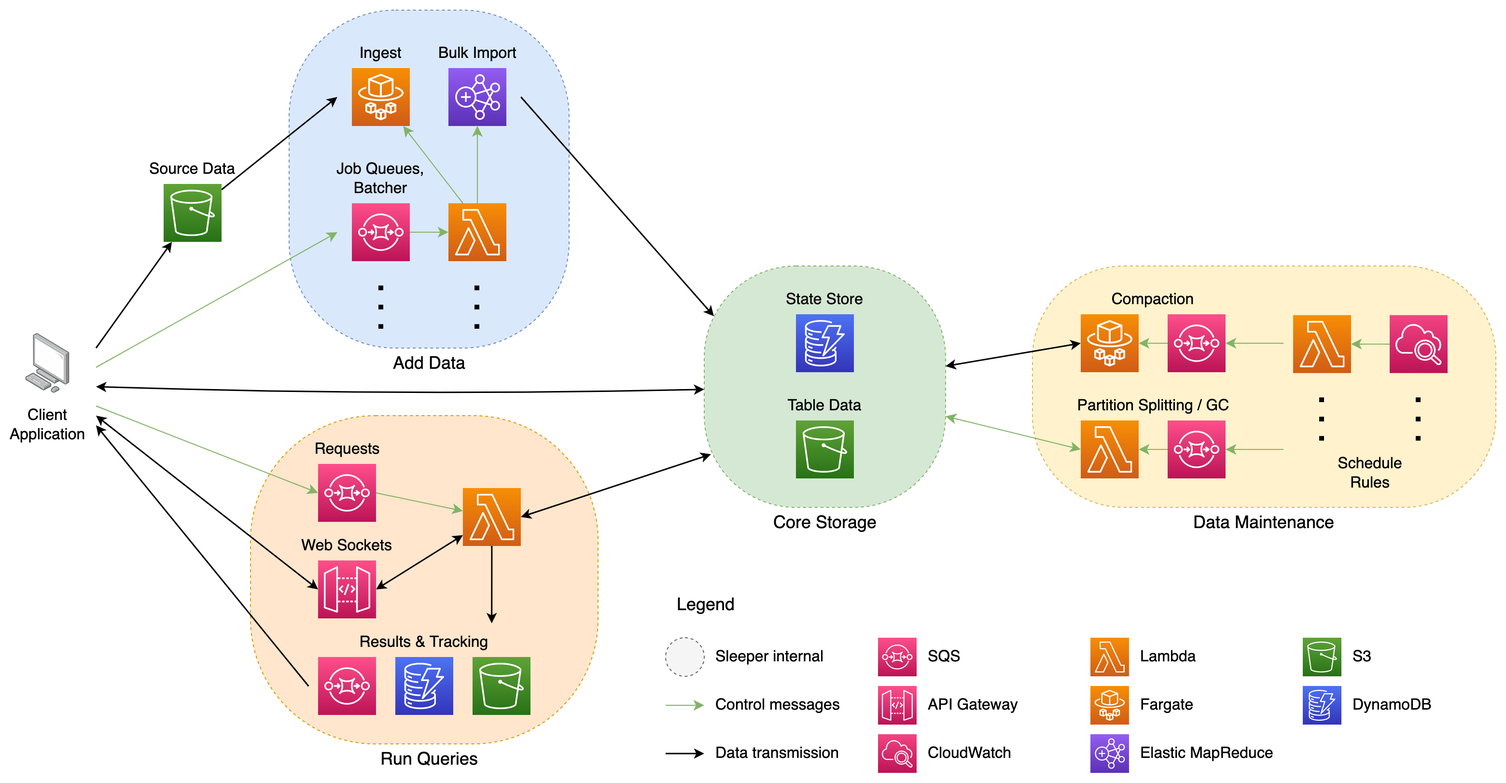
Before: docs/diagrams/high-level-design.png, a diagram exported from draw.io (gchq/sleeper). Source tidied: cells renumbered, new cells last; positions are measured from the earlier drawing's top-left corner, leaving out a move shared by most shapes.
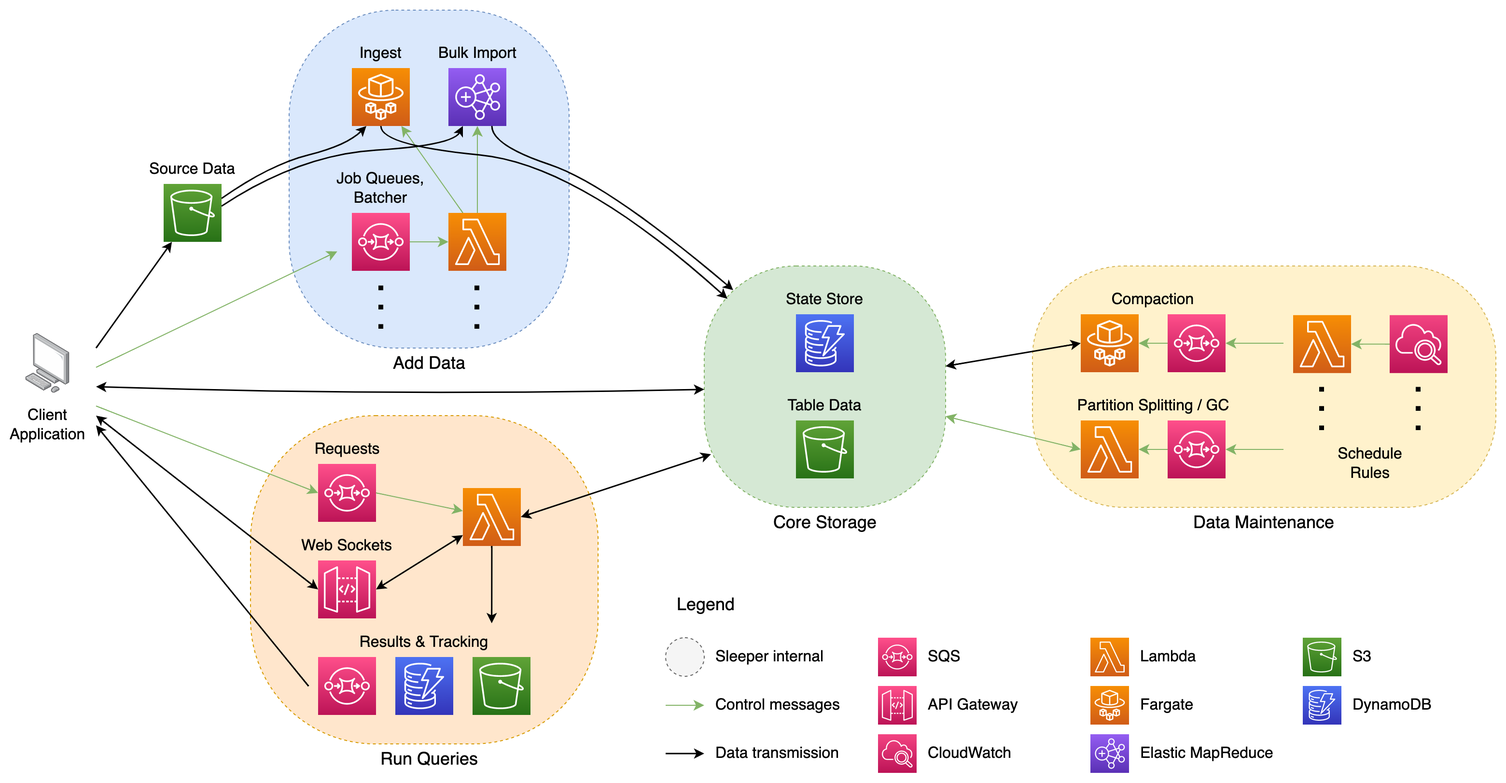
After the change.

Commit message:
Add all 4 arrows to from ingest/bulk import

What changed in the source:
```diff
@@ -27,7 +27,7 @@
       <mxGeometry relative="1" as="geometry" />
     </mxCell>
     <mxCell id="10" style="sketch=0;points=[[0,0,0],[0.25,0,0],[0.5,0,0],[0.75,0,0],[1,0,0],[0,1,0],[0.25,1,0],[0.5,1,0],[0.75,1,0],[1,1,0],[0,0.25,0],[0,0.5,0],[0,0.75,0],[1,0.25,0],[1,0.5,0],[1,0.75,0]];outlineConnect=0;fontColor=#232F3E;gradientColor=#FF4F8B;gradientDirection=north;fillColor=#BC1356;strokeColor=#ffffff;dashed=0;verticalLabelPosition=bottom;verticalAlign=top;align=center;html=1;fontSize=12;fontStyle=0;shape=mxgraph.aws4.resourceIcon;resIcon=mxgraph.aws4.sqs;" parent="1" vertex="1">
-      <mxGeometry x="345" y="200" width="60" height="60" as="geometry" />
+      <mxGeometry x="345" y="210" width="60" height="60" as="geometry" />
     </mxCell>
     <mxCell id="11" style="endArrow=none;dashed=1;html=1;dashPattern=1 3;strokeWidth=5;rounded=0;fontSize=12;startSize=8;endSize=8;curved=1;" parent="1" edge="1">
       <mxGeometry relative="1" as="geometry">
@@ -45,14 +45,11 @@
       <mxGeometry relative="1" as="geometry" />
     </mxCell>
     <mxCell id="15" style="sketch=0;points=[[0,0,0],[0.25,0,0],[0.5,0,0],[0.75,0,0],[1,0,0],[0,1,0],[0.25,1,0],[0.5,1,0],[0.75,1,0],[1,1,0],[0,0.25,0],[0,0.5,0],[0,0.75,0],[1,0.25,0],[1,0.5,0],[1,0.75,0]];outlineConnect=0;fontColor=#232F3E;gradientColor=#F78E04;gradientDirection=north;fillColor=#D05C17;strokeColor=#ffffff;dashed=0;verticalLabelPosition=bottom;verticalAlign=top;align=center;html=1;fontSize=12;fontStyle=0;shape=mxgraph.aws4.resourceIcon;resIcon=mxgraph.aws4.lambda;" parent="1" vertex="1">
-      <mxGeometry x="445" y="200" width="60" height="60" as="geometry" />
+      <mxGeometry x="445" y="210" width="60" height="60" as="geometry" />
     </mxCell>
     <mxCell id="16" value="Ingest" style="text;html=1;strokeColor=none;fillColor=none;align=center;verticalAlign=middle;whiteSpace=wrap;rounded=0;fontSize=16;" parent="1" vertex="1">
       <mxGeometry x="345" y="30" width="60" height="30" as="geometry" />
     </mxCell>
-    <mxCell id="17" style="edgeStyle=none;curved=1;rounded=0;jettySize=auto;html=1;fontSize=12;startSize=6;endSize=6;entryX=0.04;entryY=0.208;entryDx=0;entryDy=0;entryPerimeter=0;exitX=0.828;exitY=0.257;exitDx=0;exitDy=0;exitPerimeter=0;strokeWidth=1.5;" parent="1" edge="1" source="3" target="5">
-      <mxGeometry relative="1" as="geometry" />
-    </mxCell>
     <mxCell id="18" value="Bulk Import" style="text;html=1;strokeColor=none;fillColor=none;align=center;verticalAlign=middle;whiteSpace=wrap;rounded=0;fontSize=16;" parent="1" vertex="1">
       <mxGeometry x="422.5" y="30" width="105" height="30" as="geometry" />
     </mxCell>
@@ -68,7 +65,7 @@
       </mxGeometry>
     </mxCell>
     <mxCell id="22" value="Job Queues, Batcher" style="text;html=1;strokeColor=none;fillColor=none;align=center;verticalAlign=middle;whiteSpace=wrap;rounded=0;fontSize=16;" parent="1" vertex="1">
-      <mxGeometry x="325" y="150" width="100" height="50" as="geometry" />
+      <mxGeometry x="325" y="160" width="100" height="50" as="geometry" />
     </mxCell>
     <mxCell id="23" style="edgeStyle=none;curved=1;rounded=0;jettySize=auto;html=1;fontSize=12;startSize=6;endSize=6;exitX=1;exitY=0.5;exitDx=0;exitDy=0;exitPerimeter=0;startArrow=classic;startFill=1;entryX=0.028;entryY=0.78;entryDx=0;entryDy=0;entryPerimeter=0;strokeWidth=1.5;" parent="1" edge="1" source="25" target="5">
       <mxGeometry relative="1" as="geometry" />
@@ -106,8 +103,8 @@
     </mxCell>
     <mxCell id="33" style="endArrow=none;dashed=1;html=1;dashPattern=1 3;strokeWidth=5;rounded=0;fontSize=12;startSize=8;endSize=8;curved=1;" parent="1" edge="1">
       <mxGeometry relative="1" as="geometry">
-        <mxPoint x="1449.5" y="445.9" as="sourcePoint" />
-        <mxPoint x="1449.5" y="395.9" as="targetPoint" />
+        <mxPoint x="1449.5" y="435" as="sourcePoint" />
+        <mxPoint x="1449.5" y="385" as="targetPoint" />
       </mxGeometry>
     </mxCell>
     <mxCell id="34" style="sketch=0;fontColor=#232F3E;gradientColor=#4D72F3;gradientDirection=north;fillColor=#3334B9;strokeColor=#ffffff;dashed=0;verticalLabelPosition=bottom;verticalAlign=top;align=center;html=1;fontSize=12;fontStyle=0;shape=mxgraph.aws4.resourceIcon;resIcon=mxgraph.aws4.dynamodb;" parent="1" vertex="1">
@@ -167,12 +164,12 @@
     </mxCell>
     <mxCell id="51" style="endArrow=none;dashed=1;html=1;dashPattern=1 3;strokeWidth=5;rounded=0;fontSize=12;startSize=8;endSize=8;curved=1;" parent="1" edge="1">
       <mxGeometry relative="1" as="geometry">
-        <mxPoint x="1349.5" y="445.9" as="sourcePoint" />
-        <mxPoint x="1349.5" y="395.9" as="targetPoint" />
+        <mxPoint x="1349.5" y="435" as="sourcePoint" />
+        <mxPoint x="1349.5" y="385" as="targetPoint" />
       </mxGeometry>
     </mxCell>
     <mxCell id="52" value="Schedule&lt;br&gt;Rules" style="text;html=1;strokeColor=none;fillColor=none;align=center;verticalAlign=middle;whiteSpace=wrap;rounded=0;fontSize=16;" parent="1" vertex="1">
-      <mxGeometry x="1340" y="455" width="120" height="50" as="geometry" />
+      <mxGeometry x="1340" y="445" width="120" height="50" as="geometry" />
     </mxCell>
     <mxCell id="53" value="Data Maintenance" style="text;html=1;strokeColor=none;fillColor=none;align=center;verticalAlign=middle;whiteSpace=wrap;rounded=0;fontSize=18;" parent="1" vertex="1">
       <mxGeometry x="1165" y="515" width="250" height="30" as="geometry" />
@@ -231,19 +228,15 @@
         <mxPoint x="474.5" y="280" as="targetPoint" />
       </mxGeometry>
     </mxCell>
-    <mxCell id="71" style="edgeStyle=none;curved=1;rounded=0;jettySize=auto;html=1;fontSize=12;startSize=6;endSize=6;entryX=0.172;entryY=0.257;entryDx=0;entryDy=0;entryPerimeter=0;strokeWidth=1.5;" parent="1" edge="1" source="72" target="3">
-      <mxGeometry relative="1" as="geometry" />
-    </mxCell>
     <mxCell id="72" style="sketch=0;points=[[0,0,0],[0.25,0,0],[0.5,0,0],[0.75,0,0],[1,0,0],[0,1,0],[0.25,1,0],[0.5,1,0],[0.75,1,0],[1,1,0],[0,0.25,0],[0,0.5,0],[0,0.75,0],[1,0.25,0],[1,0.5,0],[1,0.75,0]];outlineConnect=0;fontColor=#232F3E;gradientColor=#60A337;gradientDirection=north;fillColor=#277116;strokeColor=#ffffff;dashed=0;verticalLabelPosition=bottom;verticalAlign=top;align=center;html=1;fontSize=12;fontStyle=0;shape=mxgraph.aws4.resourceIcon;resIcon=mxgraph.aws4.s3;" parent="1" vertex="1">
       <mxGeometry x="150" y="180" width="60" height="60" as="geometry" />
     </mxCell>
     <mxCell id="73" value="Source Data" style="text;html=1;strokeColor=none;fillColor=none;align=center;verticalAlign=middle;whiteSpace=wrap;rounded=0;fontSize=16;" parent="1" vertex="1">
       <mxGeometry x="130" y="150" width="100" height="30" as="geometry" />
     </mxCell>
-    <mxCell id="74" style="endArrow=classic;html=1;rounded=0;fontSize=12;startSize=8;endSize=8;curved=1;fillColor=#d5e8d4;strokeColor=#82b366;strokeWidth=1;" parent="1" edge="1">
+    <mxCell id="74" style="endArrow=classic;html=1;rounded=0;fontSize=12;startSize=8;endSize=8;curved=1;fillColor=#d5e8d4;strokeColor=#82b366;strokeWidth=1;entryX=0.172;entryY=0.714;entryDx=0;entryDy=0;entryPerimeter=0;" parent="1" edge="1" target="3">
       <mxGeometry relative="1" as="geometry">
         <mxPoint x="80" y="370" as="sourcePoint" />
-        <mxPoint x="330" y="230" as="targetPoint" />
       </mxGeometry>
     </mxCell>
     <mxCell id="75" value="Legend" style="text;html=1;strokeColor=none;fillColor=none;align=left;verticalAlign=middle;whiteSpace=wrap;rounded=0;fontSize=18;" parent="1" vertex="1">
@@ -320,5 +313,37 @@
         <mxPoint x="80" y="410" as="sourcePoint" />
       </mxGeometry>
     </mxCell>
+    <mxCell id="94" style="curved=1;endArrow=classic;html=1;rounded=0;fontSize=12;startSize=6;endSize=6;exitX=1;exitY=0.25;exitDx=0;exitDy=0;exitPerimeter=0;entryX=0.25;entryY=1;entryDx=0;entryDy=0;entryPerimeter=0;strokeWidth=1.5;" parent="1" edge="1" source="72" target="12">
+      <mxGeometry relative="1" as="geometry">
+        <Array as="points">
+          <mxPoint x="260" y="160" />
+          <mxPoint x="340" y="140" />
+        </Array>
+      </mxGeometry>
+    </mxCell>
+    <mxCell id="95" style="curved=1;endArrow=classic;html=1;rounded=0;fontSize=12;startSize=6;endSize=6;entryX=0.25;entryY=1;entryDx=0;entryDy=0;entryPerimeter=0;strokeWidth=1.5;exitX=1;exitY=0.383;exitDx=0;exitDy=0;exitPerimeter=0;" parent="1" edge="1" source="72" target="85">
+      <mxGeometry relative="1" as="geometry">
+        <Array as="points">
+          <mxPoint x="290" y="150" />
+          <mxPoint x="450" y="140" />
+        </Array>
+      </mxGeometry>
+    </mxCell>
+    <mxCell id="96" style="curved=1;endArrow=classic;html=1;rounded=0;fontSize=12;startSize=6;endSize=6;exitX=0.5;exitY=1;exitDx=0;exitDy=0;exitPerimeter=0;entryX=0.096;entryY=0.136;entryDx=0;entryDy=0;strokeWidth=1.5;entryPerimeter=0;" parent="1" edge="1" source="12" target="5">
+      <mxGeometry relative="1" as="geometry">
+        <Array as="points">
+          <mxPoint x="375" y="140" />
+          <mxPoint x="580" y="160" />
+        </Array>
+      </mxGeometry>
+    </mxCell>
+    <mxCell id="97" style="curved=1;endArrow=classic;html=1;rounded=0;fontSize=12;startSize=6;endSize=6;exitX=0.75;exitY=1;exitDx=0;exitDy=0;exitPerimeter=0;strokeWidth=1.5;entryX=0.12;entryY=0.1;entryDx=0;entryDy=0;entryPerimeter=0;" parent="1" edge="1" source="85" target="5">
+      <mxGeometry relative="1" as="geometry">
+        <Array as="points">
+          <mxPoint x="490" y="140" />
+          <mxPoint x="610" y="180" />
+        </Array>
+      </mxGeometry>
+    </mxCell>
   </root>
 </mxGraphModel>
```
